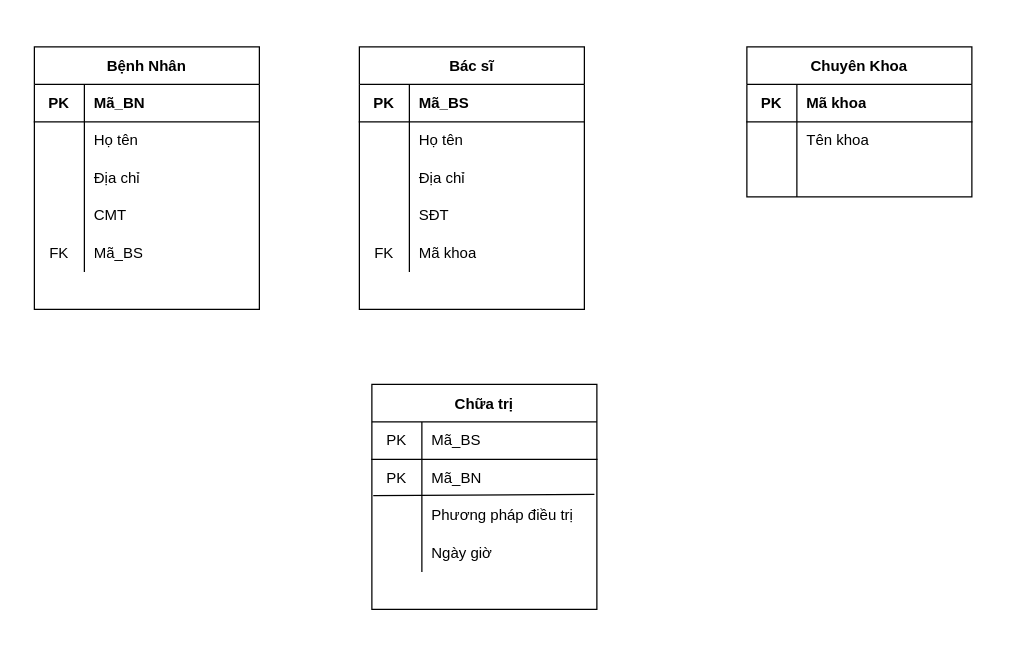
A41056/ERD keeps this draw.io diagram as Problem6.drawio. Above is the earlier version. Source tidied: cells renumbered, new cells numbered last; positions are measured from the earlier drawing's top-left corner, leaving out a move shared by most shapes. Both pictures are drawn from the tidied source at 125%, with x=0, y=0 at pixel (34, 46).
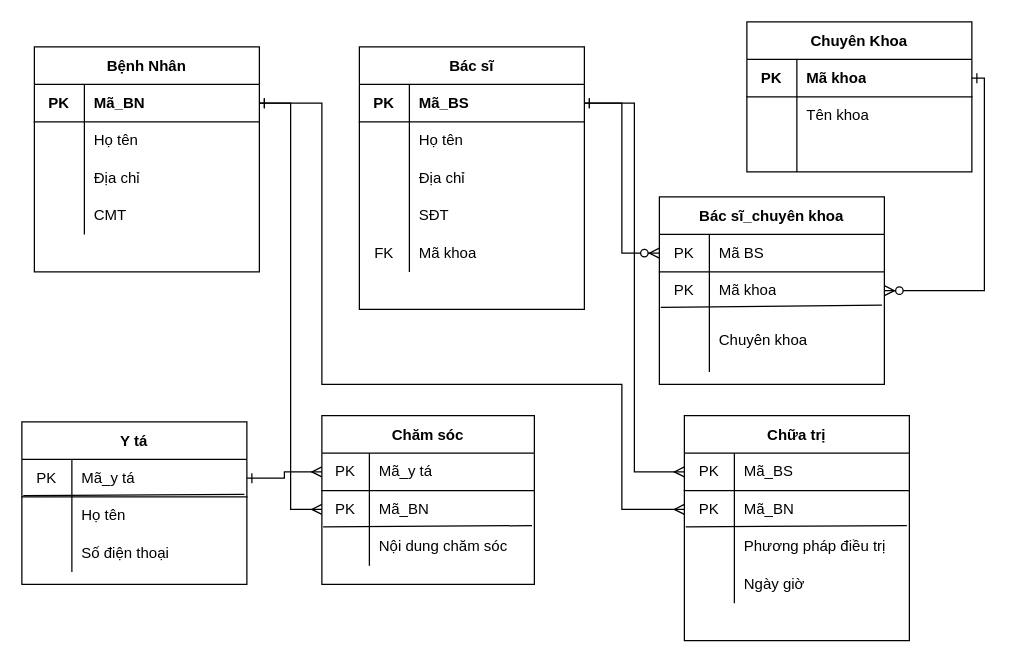
Above is the later version.

The change refers to these unchanged cells:
```xml
<mxCell id="3" style="shape=partialRectangle;html=1;whiteSpace=wrap;fillColor=none;top=0;left=0;bottom=1;right=0;points=[[0,0.5],[1,0.5]];portConstraint=eastwest;" parent="2" vertex="1">
  <mxGeometry y="30" width="180" height="30" as="geometry" />
</mxCell>
<mxCell id="19" style="shape=partialRectangle;html=1;whiteSpace=wrap;fillColor=none;top=0;left=0;bottom=1;right=0;points=[[0,0.5],[1,0.5]];portConstraint=eastwest;" parent="18" vertex="1">
  <mxGeometry y="30" width="180" height="30" as="geometry" />
</mxCell>
<mxCell id="29" style="shape=partialRectangle;html=1;whiteSpace=wrap;fillColor=none;top=0;left=0;bottom=1;right=0;points=[[0,0.5],[1,0.5]];portConstraint=eastwest;" parent="28" vertex="1">
  <mxGeometry y="30" width="180" height="30" as="geometry" />
</mxCell>
```

Diff of the diagram source:
```diff
@@
     <mxCell id="18" value="Chuyên Khoa" style="shape=table;startSize=30;childLayout=tableLayout;rowLines=0;fontStyle=1;align=center;" parent="1" vertex="1">
-      <mxGeometry x="570" width="180" height="120" as="geometry" />
+      <mxGeometry x="570" y="-20" width="180" height="120" as="geometry" />
     </mxCell>
@@
     <mxCell id="28" value="Bệnh Nhân" style="shape=table;startSize=30;childLayout=tableLayout;rowLines=0;fontStyle=1;align=center;" parent="1" vertex="1">
-      <mxGeometry width="180" height="210" as="geometry" />
+      <mxGeometry width="180" height="180" as="geometry" />
     </mxCell>
@@
-    <mxCell id="41" style="shape=partialRectangle;html=1;whiteSpace=wrap;fillColor=none;top=0;left=0;bottom=0;right=0;" parent="28" vertex="1">
-      <mxGeometry y="150" width="180" height="30" as="geometry" />
-    </mxCell>
-    <mxCell id="42" value="FK" style="shape=partialRectangle;html=1;whiteSpace=wrap;fillColor=none;top=0;left=0;bottom=0;right=0;overflow=hidden;" parent="41" vertex="1">
-      <mxGeometry width="40" height="30" as="geometry" />
-    </mxCell>
-    <mxCell id="43" value="Mã_BS" style="shape=partialRectangle;html=1;whiteSpace=wrap;fillColor=none;top=0;left=0;bottom=0;right=0;align=left;spacingLeft=6;overflow=hidden;" parent="41" vertex="1">
-      <mxGeometry x="40" width="140" height="30" as="geometry" />
-    </mxCell>
-    <mxCell id="44" value="Chữa trị" style="shape=table;startSize=30;childLayout=tableLayout;rowLines=0;fontStyle=1;align=center;" parent="1" vertex="1">
-      <mxGeometry x="270" y="270" width="180" height="180" as="geometry" />
+    <mxCell id="44" value="Chăm sóc" style="shape=table;startSize=30;childLayout=tableLayout;rowLines=0;fontStyle=1;align=center;" parent="1" vertex="1">
+      <mxGeometry x="230" y="295" width="170" height="135" as="geometry" />
     </mxCell>
     <mxCell id="45" style="shape=partialRectangle;html=1;whiteSpace=wrap;fillColor=none;top=0;left=0;bottom=1;right=0;points=[[0,0.5],[1,0.5]];portConstraint=eastwest;" parent="44" vertex="1">
-      <mxGeometry y="30" width="180" height="30" as="geometry" />
+      <mxGeometry y="30" width="170" height="30" as="geometry" />
     </mxCell>
     <mxCell id="46" value="PK" style="shape=partialRectangle;html=1;whiteSpace=wrap;fillColor=none;top=0;left=0;bottom=0;right=0;overflow=hidden;" parent="45" vertex="1">
-      <mxGeometry width="40" height="30" as="geometry" />
+      <mxGeometry width="38" height="30" as="geometry" />
     </mxCell>
-    <mxCell id="47" value="Mã_BS" style="shape=partialRectangle;html=1;whiteSpace=wrap;fillColor=none;top=0;left=0;bottom=0;right=0;align=left;spacingLeft=6;overflow=hidden;" parent="45" vertex="1">
-      <mxGeometry x="40" width="140" height="30" as="geometry" />
+    <mxCell id="47" value="Mã_y tá" style="shape=partialRectangle;html=1;whiteSpace=wrap;fillColor=none;top=0;left=0;bottom=0;right=0;align=left;spacingLeft=6;overflow=hidden;" parent="45" vertex="1">
+      <mxGeometry x="38" width="132" height="30" as="geometry" />
     </mxCell>
     <mxCell id="48" style="shape=partialRectangle;html=1;whiteSpace=wrap;fillColor=none;top=0;left=0;bottom=0;right=0;points=[[0,0.5],[1,0.5]];portConstraint=eastwest;" parent="44" vertex="1">
-      <mxGeometry y="60" width="180" height="30" as="geometry" />
+      <mxGeometry y="60" width="170" height="30" as="geometry" />
     </mxCell>
     <mxCell id="49" value="PK" style="shape=partialRectangle;html=1;whiteSpace=wrap;fillColor=none;top=0;left=0;bottom=0;right=0;overflow=hidden;" parent="48" vertex="1">
-      <mxGeometry width="40" height="30" as="geometry" />
+      <mxGeometry width="38" height="30" as="geometry" />
     </mxCell>
     <mxCell id="50" value="Mã_BN" style="shape=partialRectangle;html=1;whiteSpace=wrap;fillColor=none;top=0;left=0;bottom=0;right=0;align=left;spacingLeft=6;overflow=hidden;" parent="48" vertex="1">
-      <mxGeometry x="40" width="140" height="30" as="geometry" />
+      <mxGeometry x="38" width="132" height="30" as="geometry" />
     </mxCell>
     <mxCell id="51" style="shape=partialRectangle;html=1;whiteSpace=wrap;fillColor=none;top=0;left=0;bottom=0;right=0;points=[[0,0.5],[1,0.5]];portConstraint=eastwest;" parent="44" vertex="1">
-      <mxGeometry y="90" width="180" height="30" as="geometry" />
+      <mxGeometry y="90" width="170" height="30" as="geometry" />
     </mxCell>
     <mxCell id="52" style="shape=partialRectangle;html=1;whiteSpace=wrap;fillColor=none;top=0;left=0;bottom=0;right=0;overflow=hidden;" parent="51" vertex="1">
-      <mxGeometry width="40" height="30" as="geometry" />
+      <mxGeometry width="38" height="30" as="geometry" />
     </mxCell>
-    <mxCell id="53" value="Phương pháp điều trị" style="shape=partialRectangle;html=1;whiteSpace=wrap;fillColor=none;top=0;left=0;bottom=0;right=0;align=left;spacingLeft=6;overflow=hidden;" parent="51" vertex="1">
-      <mxGeometry x="40" width="140" height="30" as="geometry" />
+    <mxCell id="53" value="Nội dung chăm sóc" style="shape=partialRectangle;html=1;whiteSpace=wrap;fillColor=none;top=0;left=0;bottom=0;right=0;align=left;spacingLeft=6;overflow=hidden;" parent="51" vertex="1">
+      <mxGeometry x="38" width="132" height="30" as="geometry" />
     </mxCell>
@@
+    <mxCell id="58" value="Y tá" style="shape=table;startSize=30;childLayout=tableLayout;rowLines=0;fontStyle=1;align=center;" parent="1" vertex="1">
+      <mxGeometry x="-10" y="300" width="180" height="130" as="geometry" />
+    </mxCell>
+    <mxCell id="59" style="shape=partialRectangle;html=1;whiteSpace=wrap;fillColor=none;top=0;left=0;bottom=1;right=0;points=[[0,0.5],[1,0.5]];portConstraint=eastwest;" parent="58" vertex="1">
+      <mxGeometry y="30" width="180" height="30" as="geometry" />
+    </mxCell>
+    <mxCell id="60" value="PK" style="shape=partialRectangle;html=1;whiteSpace=wrap;fillColor=none;top=0;left=0;bottom=0;right=0;overflow=hidden;" parent="59" vertex="1">
+      <mxGeometry width="40" height="30" as="geometry" />
+    </mxCell>
+    <mxCell id="61" value="Mã_y tá" style="shape=partialRectangle;html=1;whiteSpace=wrap;fillColor=none;top=0;left=0;bottom=0;right=0;align=left;spacingLeft=6;overflow=hidden;" parent="59" vertex="1">
+      <mxGeometry x="40" width="140" height="30" as="geometry" />
+    </mxCell>
+    <mxCell id="62" style="shape=partialRectangle;html=1;whiteSpace=wrap;fillColor=none;top=0;left=0;bottom=0;right=0;points=[[0,0.5],[1,0.5]];portConstraint=eastwest;" parent="58" vertex="1">
+      <mxGeometry y="60" width="180" height="30" as="geometry" />
+    </mxCell>
+    <mxCell id="63" style="shape=partialRectangle;html=1;whiteSpace=wrap;fillColor=none;top=0;left=0;bottom=0;right=0;overflow=hidden;" parent="62" vertex="1">
+      <mxGeometry width="40" height="30" as="geometry" />
+    </mxCell>
+    <mxCell id="64" value="Họ tên" style="shape=partialRectangle;html=1;whiteSpace=wrap;fillColor=none;top=0;left=0;bottom=0;right=0;align=left;spacingLeft=6;overflow=hidden;" parent="62" vertex="1">
+      <mxGeometry x="40" width="140" height="30" as="geometry" />
+    </mxCell>
+    <mxCell id="65" style="endArrow=none;html=1;entryX=0.989;entryY=-0.067;entryDx=0;entryDy=0;entryPerimeter=0;exitX=0.006;exitY=-0.033;exitDx=0;exitDy=0;exitPerimeter=0;" parent="58" edge="1" source="62" target="62">
+      <mxGeometry relative="1" as="geometry" />
+    </mxCell>
+    <mxCell id="66" style="shape=partialRectangle;html=1;whiteSpace=wrap;fillColor=none;top=0;left=0;bottom=0;right=0;" parent="58" vertex="1">
+      <mxGeometry y="90" width="180" height="30" as="geometry" />
+    </mxCell>
+    <mxCell id="67" style="shape=partialRectangle;html=1;whiteSpace=wrap;fillColor=none;top=0;left=0;bottom=0;right=0;overflow=hidden;" parent="66" vertex="1">
+      <mxGeometry width="40" height="30" as="geometry" />
+    </mxCell>
+    <mxCell id="68" value="Số điện thoại" style="shape=partialRectangle;html=1;whiteSpace=wrap;fillColor=none;top=0;left=0;bottom=0;right=0;align=left;spacingLeft=6;overflow=hidden;" parent="66" vertex="1">
+      <mxGeometry x="40" width="140" height="30" as="geometry" />
+    </mxCell>
+    <mxCell id="69" value="Chữa trị" style="shape=table;startSize=30;childLayout=tableLayout;rowLines=0;fontStyle=1;align=center;" parent="1" vertex="1">
+      <mxGeometry x="520" y="295" width="180" height="180" as="geometry" />
+    </mxCell>
+    <mxCell id="70" style="shape=partialRectangle;html=1;whiteSpace=wrap;fillColor=none;top=0;left=0;bottom=1;right=0;points=[[0,0.5],[1,0.5]];portConstraint=eastwest;" parent="69" vertex="1">
+      <mxGeometry y="30" width="180" height="30" as="geometry" />
+    </mxCell>
+    <mxCell id="71" value="PK" style="shape=partialRectangle;html=1;whiteSpace=wrap;fillColor=none;top=0;left=0;bottom=0;right=0;overflow=hidden;" parent="70" vertex="1">
+      <mxGeometry width="40" height="30" as="geometry" />
+    </mxCell>
+    <mxCell id="43" value="Mã_BS" style="shape=partialRectangle;html=1;whiteSpace=wrap;fillColor=none;top=0;left=0;bottom=0;right=0;align=left;spacingLeft=6;overflow=hidden;" parent="70" vertex="1">
+      <mxGeometry x="40" width="140" height="30" as="geometry" />
+    </mxCell>
+    <mxCell id="72" style="shape=partialRectangle;html=1;whiteSpace=wrap;fillColor=none;top=0;left=0;bottom=0;right=0;points=[[0,0.5],[1,0.5]];portConstraint=eastwest;" parent="69" vertex="1">
+      <mxGeometry y="60" width="180" height="30" as="geometry" />
+    </mxCell>
+    <mxCell id="73" value="PK" style="shape=partialRectangle;html=1;whiteSpace=wrap;fillColor=none;top=0;left=0;bottom=0;right=0;overflow=hidden;" parent="72" vertex="1">
+      <mxGeometry width="40" height="30" as="geometry" />
+    </mxCell>
+    <mxCell id="74" value="Mã_BN" style="shape=partialRectangle;html=1;whiteSpace=wrap;fillColor=none;top=0;left=0;bottom=0;right=0;align=left;spacingLeft=6;overflow=hidden;" parent="72" vertex="1">
+      <mxGeometry x="40" width="140" height="30" as="geometry" />
+    </mxCell>
+    <mxCell id="75" style="shape=partialRectangle;html=1;whiteSpace=wrap;fillColor=none;top=0;left=0;bottom=0;right=0;points=[[0,0.5],[1,0.5]];portConstraint=eastwest;" parent="69" vertex="1">
+      <mxGeometry y="90" width="180" height="30" as="geometry" />
+    </mxCell>
+    <mxCell id="76" style="shape=partialRectangle;html=1;whiteSpace=wrap;fillColor=none;top=0;left=0;bottom=0;right=0;overflow=hidden;" parent="75" vertex="1">
+      <mxGeometry width="40" height="30" as="geometry" />
+    </mxCell>
+    <mxCell id="77" value="Phương pháp điều trị" style="shape=partialRectangle;html=1;whiteSpace=wrap;fillColor=none;top=0;left=0;bottom=0;right=0;align=left;spacingLeft=6;overflow=hidden;" parent="75" vertex="1">
+      <mxGeometry x="40" width="140" height="30" as="geometry" />
+    </mxCell>
+    <mxCell id="78" style="endArrow=none;html=1;entryX=0.989;entryY=-0.067;entryDx=0;entryDy=0;entryPerimeter=0;exitX=0.006;exitY=-0.033;exitDx=0;exitDy=0;exitPerimeter=0;" parent="69" edge="1" source="75" target="75">
+      <mxGeometry relative="1" as="geometry" />
+    </mxCell>
-    <mxCell id="55" style="shape=partialRectangle;html=1;whiteSpace=wrap;fillColor=none;top=0;left=0;bottom=0;right=0;" parent="44" vertex="1">
+    <mxCell id="55" style="shape=partialRectangle;html=1;whiteSpace=wrap;fillColor=none;top=0;left=0;bottom=0;right=0;" parent="69" vertex="1">
       <mxGeometry y="120" width="180" height="30" as="geometry" />
     </mxCell>
-    <mxCell id="56" style="shape=partialRectangle;html=1;whiteSpace=wrap;fillColor=none;top=0;left=0;bottom=0;right=0;overflow=hidden;" parent="55" vertex="1">
-      <mxGeometry width="40" height="30" as="geometry" />
-    </mxCell>
+    <mxCell id="79" style="shape=partialRectangle;html=1;whiteSpace=wrap;fillColor=none;top=0;left=0;bottom=0;right=0;overflow=hidden;" parent="55" vertex="1">
+      <mxGeometry width="40" height="30" as="geometry" />
+    </mxCell>
@@
+    <mxCell id="80" value="Bác sĩ_chuyên khoa" style="shape=table;startSize=30;childLayout=tableLayout;rowLines=0;fontStyle=1;align=center;" parent="1" vertex="1">
+      <mxGeometry x="500" y="120" width="180" height="150" as="geometry" />
+    </mxCell>
+    <mxCell id="81" style="shape=partialRectangle;html=1;whiteSpace=wrap;fillColor=none;top=0;left=0;bottom=1;right=0;points=[[0,0.5],[1,0.5]];portConstraint=eastwest;" parent="80" vertex="1">
+      <mxGeometry y="30" width="180" height="30" as="geometry" />
+    </mxCell>
+    <mxCell id="82" value="PK" style="shape=partialRectangle;html=1;whiteSpace=wrap;fillColor=none;top=0;left=0;bottom=0;right=0;overflow=hidden;" parent="81" vertex="1">
+      <mxGeometry width="40" height="30" as="geometry" />
+    </mxCell>
+    <mxCell id="83" value="Mã BS" style="shape=partialRectangle;html=1;whiteSpace=wrap;fillColor=none;top=0;left=0;bottom=0;right=0;align=left;spacingLeft=6;overflow=hidden;" parent="81" vertex="1">
+      <mxGeometry x="40" width="140" height="30" as="geometry" />
+    </mxCell>
+    <mxCell id="84" style="shape=partialRectangle;html=1;whiteSpace=wrap;fillColor=none;top=0;left=0;bottom=0;right=0;points=[[0,0.5],[1,0.5]];portConstraint=eastwest;" parent="80" vertex="1">
+      <mxGeometry y="60" width="180" height="30" as="geometry" />
+    </mxCell>
+    <mxCell id="85" value="PK" style="shape=partialRectangle;html=1;whiteSpace=wrap;fillColor=none;top=0;left=0;bottom=0;right=0;overflow=hidden;" parent="84" vertex="1">
+      <mxGeometry width="40" height="30" as="geometry" />
+    </mxCell>
+    <mxCell id="86" value="Mã khoa" style="shape=partialRectangle;html=1;whiteSpace=wrap;fillColor=none;top=0;left=0;bottom=0;right=0;align=left;spacingLeft=6;overflow=hidden;" parent="84" vertex="1">
+      <mxGeometry x="40" width="140" height="30" as="geometry" />
+    </mxCell>
+    <mxCell id="87" style="shape=partialRectangle;html=1;whiteSpace=wrap;fillColor=none;top=0;left=0;bottom=0;right=0;points=[[0,0.5],[1,0.5]];portConstraint=eastwest;" parent="80" vertex="1">
+      <mxGeometry y="90" width="180" height="50" as="geometry" />
+    </mxCell>
+    <mxCell id="88" style="shape=partialRectangle;html=1;whiteSpace=wrap;fillColor=none;top=0;left=0;bottom=0;right=0;overflow=hidden;" parent="87" vertex="1">
+      <mxGeometry width="40" height="50" as="geometry" />
+    </mxCell>
+    <mxCell id="89" value="Chuyên khoa" style="shape=partialRectangle;html=1;whiteSpace=wrap;fillColor=none;top=0;left=0;bottom=0;right=0;align=left;spacingLeft=6;overflow=hidden;" parent="87" vertex="1">
+      <mxGeometry x="40" width="140" height="50" as="geometry" />
+    </mxCell>
+    <mxCell id="90" style="endArrow=none;html=1;entryX=0.989;entryY=-0.067;entryDx=0;entryDy=0;entryPerimeter=0;exitX=0.006;exitY=-0.033;exitDx=0;exitDy=0;exitPerimeter=0;" parent="80" edge="1" source="87" target="87">
+      <mxGeometry relative="1" as="geometry" />
+    </mxCell>
+    <mxCell id="91" style="edgeStyle=orthogonalEdgeStyle;rounded=0;jettySize=auto;html=1;entryX=1;entryY=0.5;entryDx=0;entryDy=0;startArrow=ERone;startFill=0;endArrow=ERzeroToMany;endFill=1;" parent="1" edge="1" source="19" target="84">
+      <mxGeometry relative="1" as="geometry">
+        <Array as="points">
+          <mxPoint x="760" y="25" />
+          <mxPoint x="760" y="195" />
+        </Array>
+      </mxGeometry>
+    </mxCell>
+    <mxCell id="92" style="edgeStyle=orthogonalEdgeStyle;rounded=0;jettySize=auto;html=1;entryX=0;entryY=0.5;entryDx=0;entryDy=0;startArrow=ERone;startFill=0;endArrow=ERzeroToMany;endFill=1;" parent="1" edge="1" source="3" target="81">
+      <mxGeometry relative="1" as="geometry" />
+    </mxCell>
+    <mxCell id="93" style="edgeStyle=orthogonalEdgeStyle;rounded=0;jettySize=auto;html=1;startArrow=ERone;startFill=0;endArrow=ERmany;endFill=0;" parent="1" edge="1" source="59" target="45">
+      <mxGeometry relative="1" as="geometry" />
+    </mxCell>
+    <mxCell id="94" style="edgeStyle=orthogonalEdgeStyle;rounded=0;jettySize=auto;html=1;startArrow=ERone;startFill=0;endArrow=ERmany;endFill=0;" parent="1" edge="1" source="29" target="48">
+      <mxGeometry relative="1" as="geometry" />
+    </mxCell>
+    <mxCell id="95" style="edgeStyle=orthogonalEdgeStyle;rounded=0;jettySize=auto;html=1;startArrow=ERone;startFill=0;endArrow=ERmany;endFill=0;entryX=0;entryY=0.5;entryDx=0;entryDy=0;" parent="1" edge="1" source="29" target="72">
+      <mxGeometry relative="1" as="geometry">
+        <Array as="points">
+          <mxPoint x="230" y="45" />
+          <mxPoint x="230" y="270" />
+          <mxPoint x="470" y="270" />
+          <mxPoint x="470" y="370" />
+        </Array>
+      </mxGeometry>
+    </mxCell>
+    <mxCell id="96" style="edgeStyle=orthogonalEdgeStyle;rounded=0;jettySize=auto;html=1;startArrow=ERone;startFill=0;endArrow=ERmany;endFill=0;" parent="1" edge="1" source="3" target="70">
+      <mxGeometry relative="1" as="geometry" />
+    </mxCell>
```
